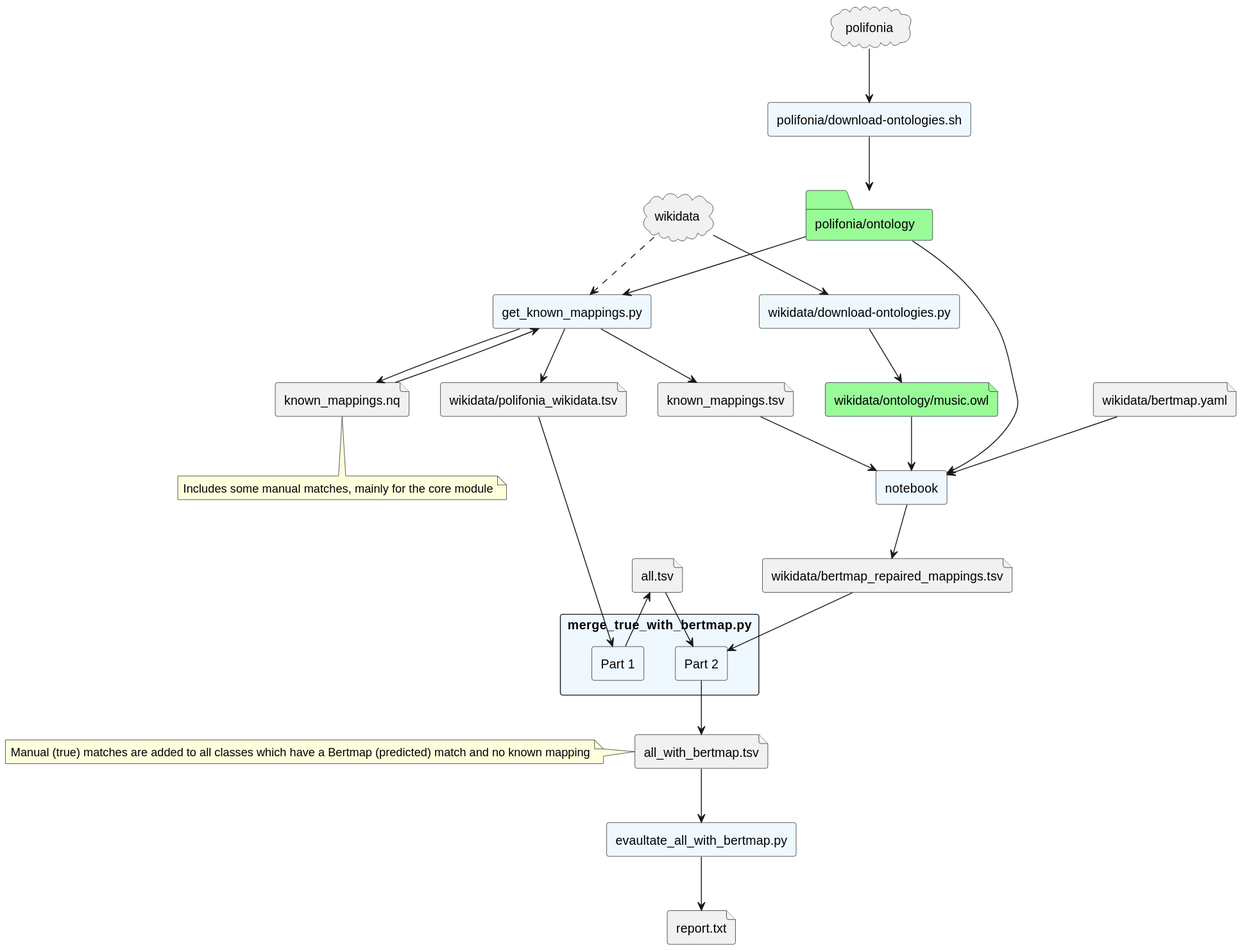
Earlier version of the PlantUML export flow.svg (Danysan1/unibo-ke-matching-ontologies).
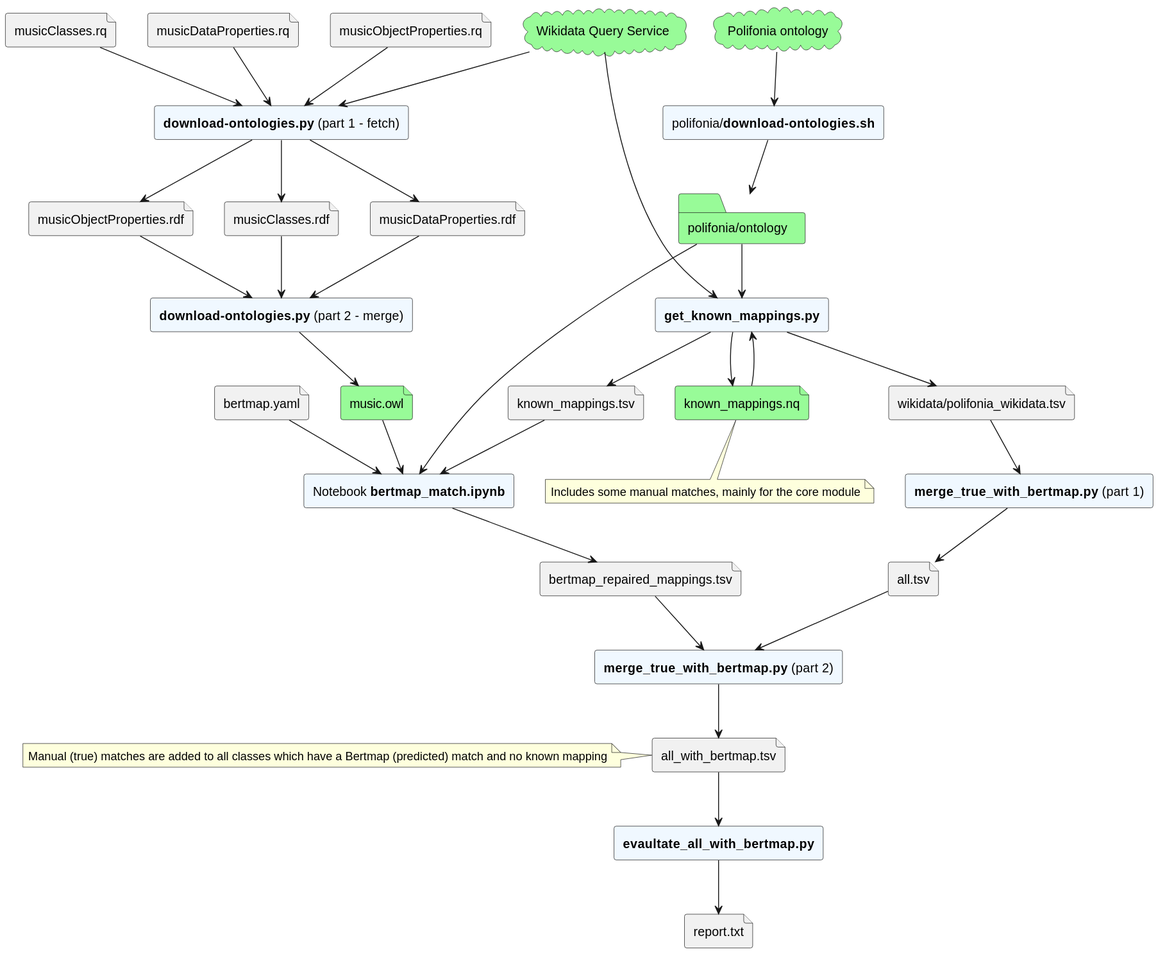
The same diagram one commit later.

What changed in the source:
```diff
@@ -1,41 +1,56 @@
 @startuml flow
-cloud wikidata
-rectangle "wikidata/download-ontologies.py" as downwikidata #aliceblue
-file "wikidata/ontology/music.owl" as musicowl #palegreen
-wikidata --> downwikidata
-downwikidata --> musicowl
 
-cloud polifonia
-rectangle "polifonia/download-ontologies.sh" as downpolifonia #aliceblue
+cloud "Wikidata Query Service" as wikidata #palegreen
+file musicClasses.rq
+file musicDataProperties.rq
+file musicObjectProperties.rq
+file musicClasses.rdf
+file musicDataProperties.rdf
+file musicObjectProperties.rdf
+file music.owl #palegreen
+rectangle "**download-ontologies.py** (part 1 - fetch)" as wd1 #aliceblue
+rectangle "**download-ontologies.py** (part 2 - merge)" as wd2 #aliceblue
+musicClasses.rq --> wd1
+musicDataProperties.rq --> wd1
+musicObjectProperties.rq --> wd1
+wikidata --> wd1
+wd1 --> musicClasses.rdf
+wd1 --> musicDataProperties.rdf
+wd1 --> musicObjectProperties.rdf
+musicClasses.rdf --> wd2
+musicDataProperties.rdf --> wd2
+musicObjectProperties.rdf --> wd2
+wd2 --> music.owl
+
+cloud "Polifonia ontology" as polifonia #palegreen
+rectangle "polifonia/**download-ontologies.sh**" as downpolifonia #aliceblue
 folder "polifonia/ontology" as polifoniaowl #palegreen
 polifonia --> downpolifonia
 downpolifonia --> polifoniaowl
 
-rectangle "get_known_mappings.py" #aliceblue
+rectangle "**get_known_mappings.py**" as get_known_mappings #aliceblue
 file "known_mappings.tsv"
 file "wikidata/polifonia_wikidata.tsv" as polifonia_wikidata
-file "known_mappings.nq"
+file "known_mappings.nq" #palegreen
 note bottom of known_mappings.nq: Includes some manual matches, mainly for the core module
-known_mappings.nq --> get_known_mappings.py
-polifoniaowl --> get_known_mappings.py
-wikidata ..> get_known_mappings.py
-get_known_mappings.py --> known_mappings.tsv
-get_known_mappings.py --> polifonia_wikidata
-get_known_mappings.py --> known_mappings.nq
+known_mappings.nq --> get_known_mappings
+polifoniaowl --> get_known_mappings
+wikidata --> get_known_mappings
+get_known_mappings --> known_mappings.tsv
+get_known_mappings --> polifonia_wikidata
+get_known_mappings --> known_mappings.nq
 
-rectangle notebook #aliceblue
-file "wikidata/bertmap.yaml" as yml
-file "wikidata/bertmap_repaired_mappings.tsv" as repaired
+rectangle "Notebook **bertmap_match.ipynb**" as notebook #aliceblue
+file "bertmap.yaml" as yml
+file "bertmap_repaired_mappings.tsv" as repaired
 yml --> notebook
 known_mappings.tsv --> notebook
-musicowl --> notebook
+music.owl --> notebook
 polifoniaowl --> notebook
 notebook --> repaired
 
-rectangle "merge_true_with_bertmap.py" #aliceblue {
-rectangle "Part 1" as merge1 #aliceblue
-rectangle "Part 2" as merge2 #aliceblue
-}
+rectangle "**merge_true_with_bertmap.py** (part 1)" as merge1 #aliceblue
+rectangle "**merge_true_with_bertmap.py** (part 2)" as merge2 #aliceblue
 file all.tsv
 polifonia_wikidata --> merge1
 merge1 --> all.tsv
@@ -46,7 +61,7 @@
 repaired --> merge2
 merge2 --> all_with_bertmap.tsv
 
-rectangle evaultate_all_with_bertmap.py as evaluate #aliceblue
+rectangle "**evaultate_all_with_bertmap.py**" as evaluate #aliceblue
 file "report.txt"
 all_with_bertmap.tsv --> evaluate
 evaluate --> report.txt
```
